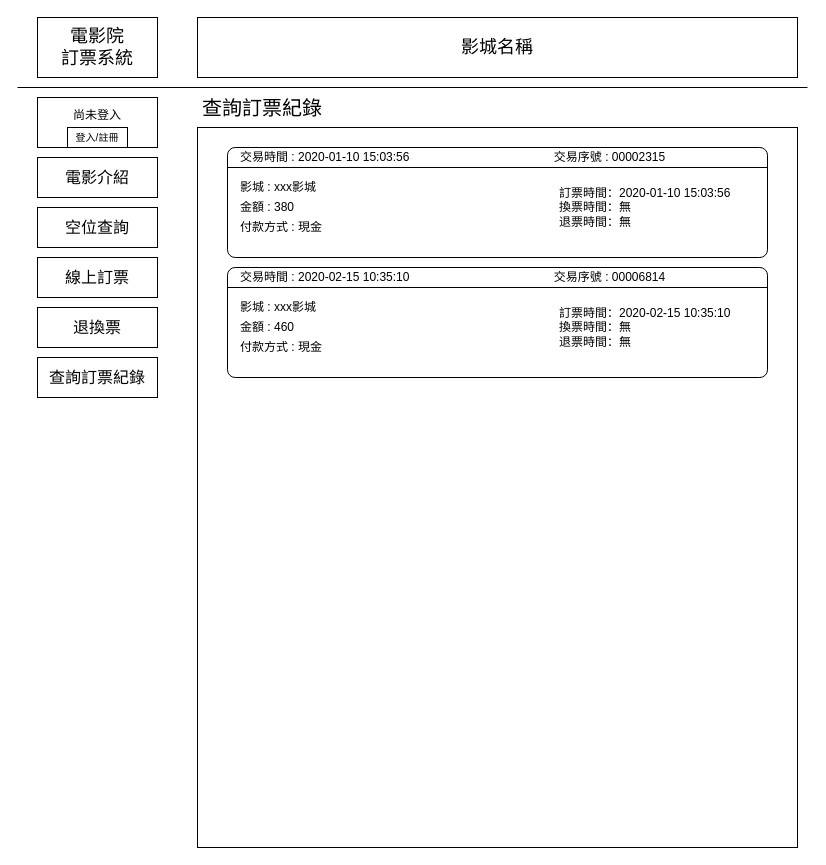
Earlier version of the draw.io diagram UI/原檔/查詢訂退換票紀錄.drawio (TYChicode/deepbowl). Source tidied: cells renumbered, new cells numbered last; positions are measured from the earlier drawing's top-left corner, leaving out a move shared by most shapes. Both pictures are drawn from the tidied source at 100%, with x=0, y=0 at pixel (17, 17).
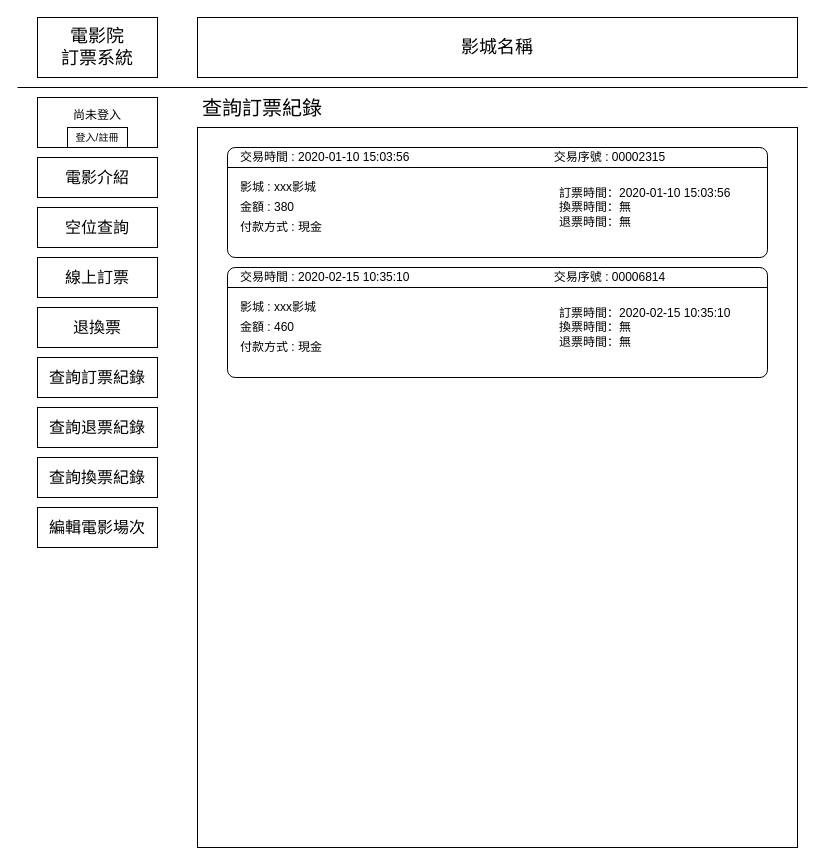
Above is the later version.

The edit, as a diff of the source:
```diff
@@
+    <mxCell id="33" value="&lt;font style=&quot;font-size: 16px&quot;&gt;查詢退票紀錄&lt;/font&gt;" style="rounded=0;whiteSpace=wrap;html=1;" parent="1" vertex="1">
+      <mxGeometry x="20" y="390" width="120" height="40" as="geometry" />
+    </mxCell>
+    <mxCell id="34" value="&lt;font style=&quot;font-size: 16px&quot;&gt;查詢換票紀錄&lt;/font&gt;" style="rounded=0;whiteSpace=wrap;html=1;" parent="1" vertex="1">
+      <mxGeometry x="20" y="440" width="120" height="40" as="geometry" />
+    </mxCell>
+    <mxCell id="35" value="&lt;font style=&quot;font-size: 16px&quot;&gt;編輯電影場次&lt;/font&gt;" style="rounded=0;whiteSpace=wrap;html=1;" parent="1" vertex="1">
+      <mxGeometry x="20" y="490" width="120" height="40" as="geometry" />
+    </mxCell>
```
